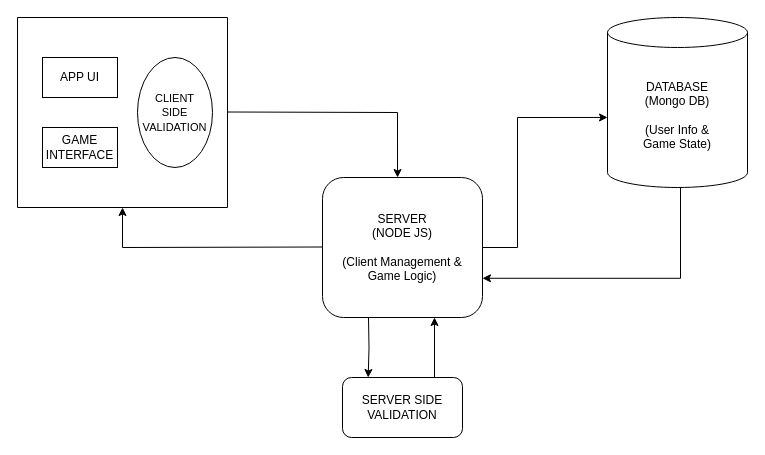
rudro-sarkar-128/LukoChuri-Dev keeps this draw.io diagram as project-diagram.drawio. Above is the earlier version. Source tidied: cells renumbered, new cells numbered last; positions are measured from the earlier drawing's top-left corner, leaving out a move shared by most shapes. Both pictures are drawn from the tidied source at 100%, with x=0, y=0 at pixel (17, 17).
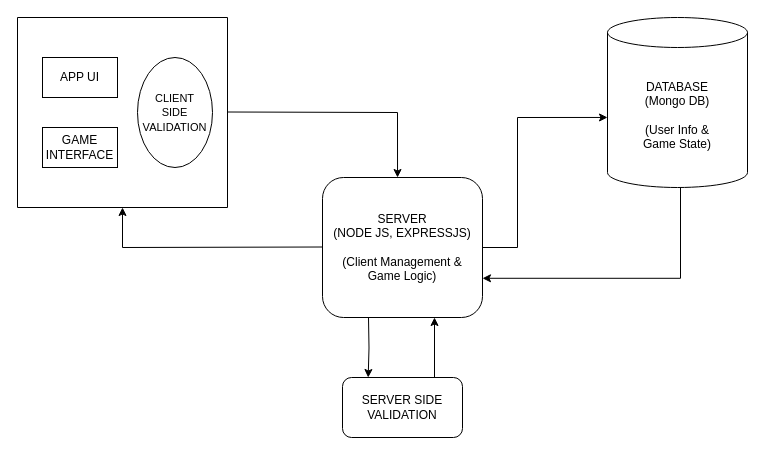
After the change.

Change to the diagram source:
```diff
@@
-    <mxCell id="10" value="SERVER&lt;div&gt;(NODE JS)&lt;/div&gt;&lt;div&gt;&lt;br&gt;&lt;/div&gt;&lt;div&gt;(Client Management &amp;amp;&lt;br&gt;Game Logic)&lt;/div&gt;" style="rounded=1;whiteSpace=wrap;html=1;roundedPerimeter=1;" parent="1" vertex="1">
+    <mxCell id="10" value="SERVER&lt;div&gt;(NODE JS, EXPRESSJS)&lt;/div&gt;&lt;div&gt;&lt;br&gt;&lt;/div&gt;&lt;div&gt;(Client Management &amp;amp;&lt;br&gt;Game Logic)&lt;/div&gt;" style="rounded=1;whiteSpace=wrap;html=1;roundedPerimeter=1;" parent="1" vertex="1">
       <mxGeometry x="305" y="160" width="160" height="140" as="geometry" />
     </mxCell>
```
